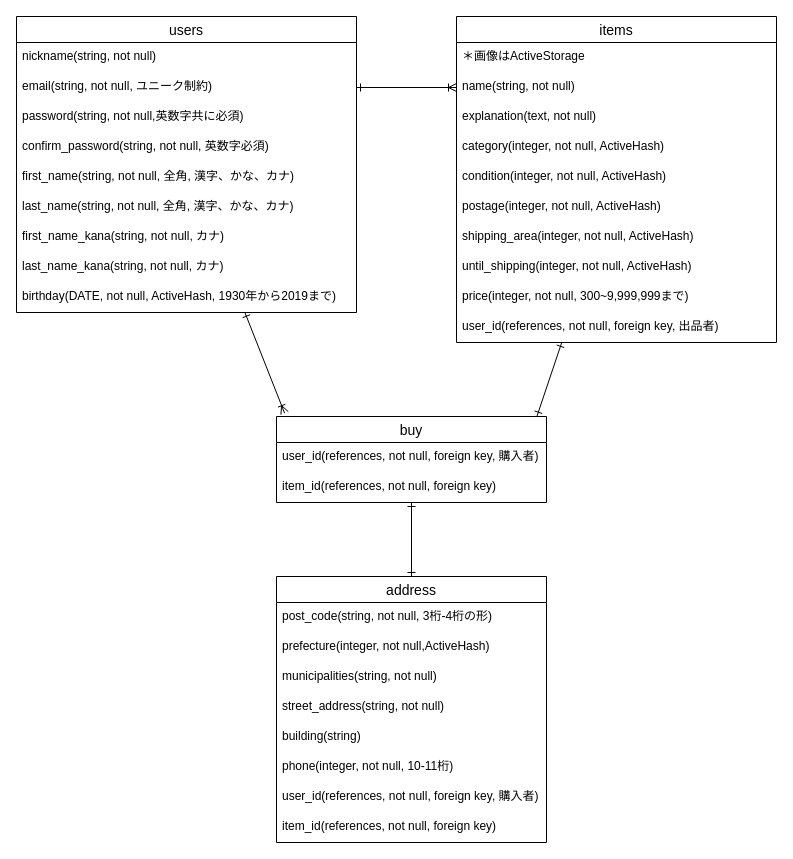
Earlier version of the draw.io diagram furima-41116.dio (cobb380/furima-41116). Source tidied: cells renumbered, new cells numbered last; positions are measured from the earlier drawing's top-left corner, leaving out a move shared by most shapes. Both pictures are drawn from the tidied source at 100%, with x=0, y=0 at pixel (16, 16).
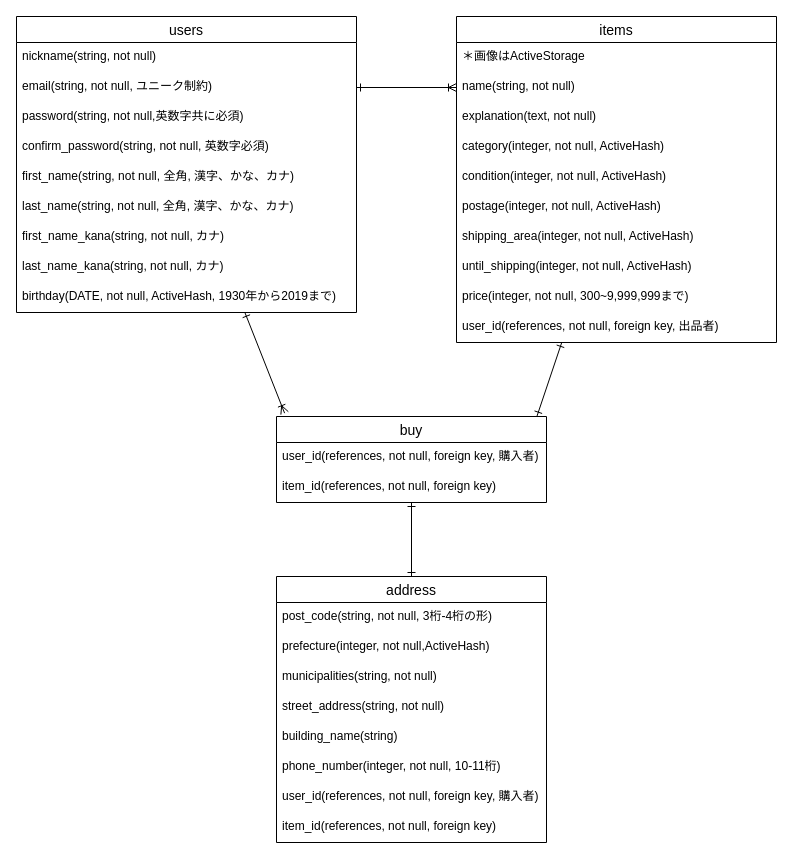
The same diagram, later.

Commit message (it also covers changes not shown here):
データベース設計（addressテーブル修正）

The change refers to these unchanged cells:
```xml
<mxCell id="30" value="address" style="swimlane;fontStyle=0;horizontal=1;startSize=26;align=center;fontSize=14;" parent="1" vertex="1">
  <mxGeometry x="260" y="560" width="270" height="266" as="geometry" />
</mxCell>
```

Change to the diagram source:
```diff
@@
-    <mxCell id="35" value="building(string)" style="text;strokeColor=none;fillColor=none;spacingLeft=4;spacingRight=4;overflow=hidden;fontSize=12;" parent="30" vertex="1">
+    <mxCell id="35" value="building_name(string)" style="text;strokeColor=none;fillColor=none;spacingLeft=4;spacingRight=4;overflow=hidden;fontSize=12;" parent="30" vertex="1">
       <mxGeometry y="146" width="270" height="30" as="geometry" />
     </mxCell>
-    <mxCell id="36" value="phone(integer, not null, 10-11桁)" style="text;strokeColor=none;fillColor=none;spacingLeft=4;spacingRight=4;overflow=hidden;fontSize=12;" parent="30" vertex="1">
+    <mxCell id="36" value="phone_number(integer, not null, 10-11桁)" style="text;strokeColor=none;fillColor=none;spacingLeft=4;spacingRight=4;overflow=hidden;fontSize=12;" parent="30" vertex="1">
       <mxGeometry y="176" width="270" height="30" as="geometry" />
     </mxCell>
```
